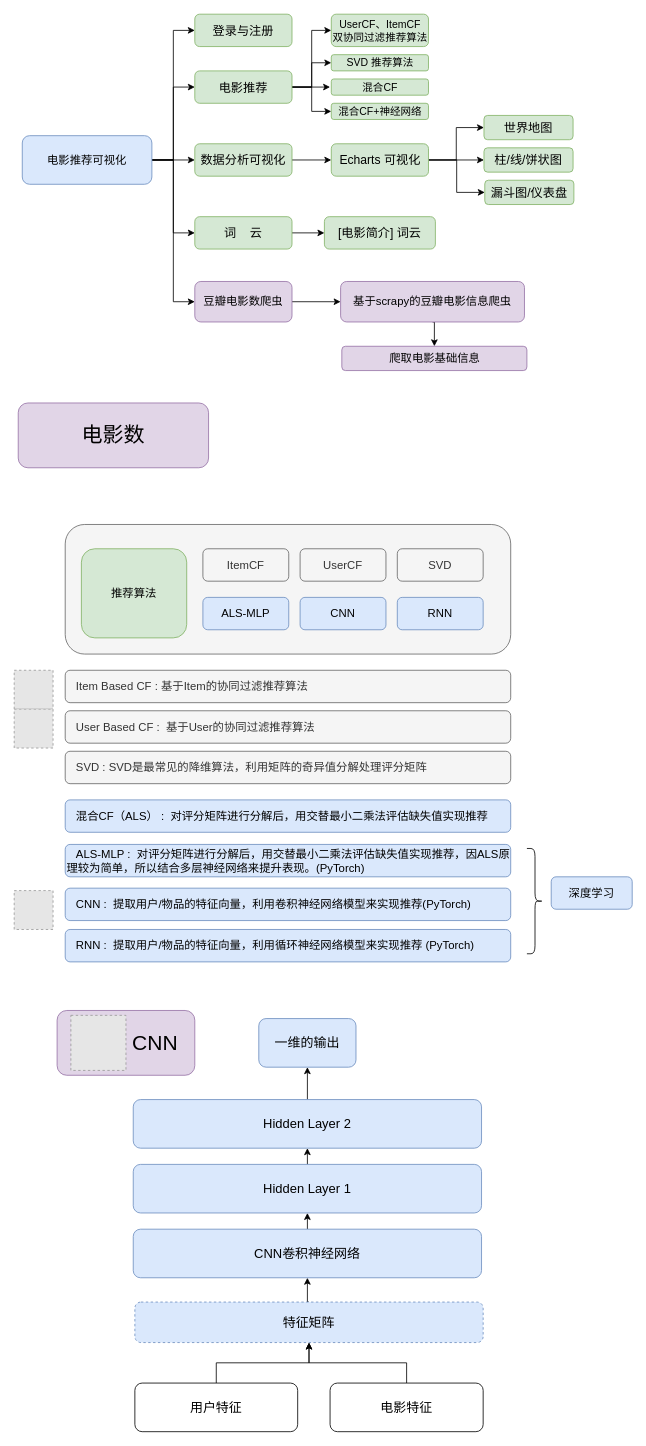
Earlier version of the draw.io diagram FLASK/24-Neo4j 知识图谱电影推荐可视化.drawio (redcomet88/DRAW). Source tidied: cells renumbered, new cells numbered last; positions are measured from the earlier drawing's top-left corner, leaving out a move shared by most shapes. Both pictures are drawn from the tidied source at 81%, with x=0, y=0 at pixel (14, 14). Pictures stored in the file or linked from it are replaced by grey dashed boxes.
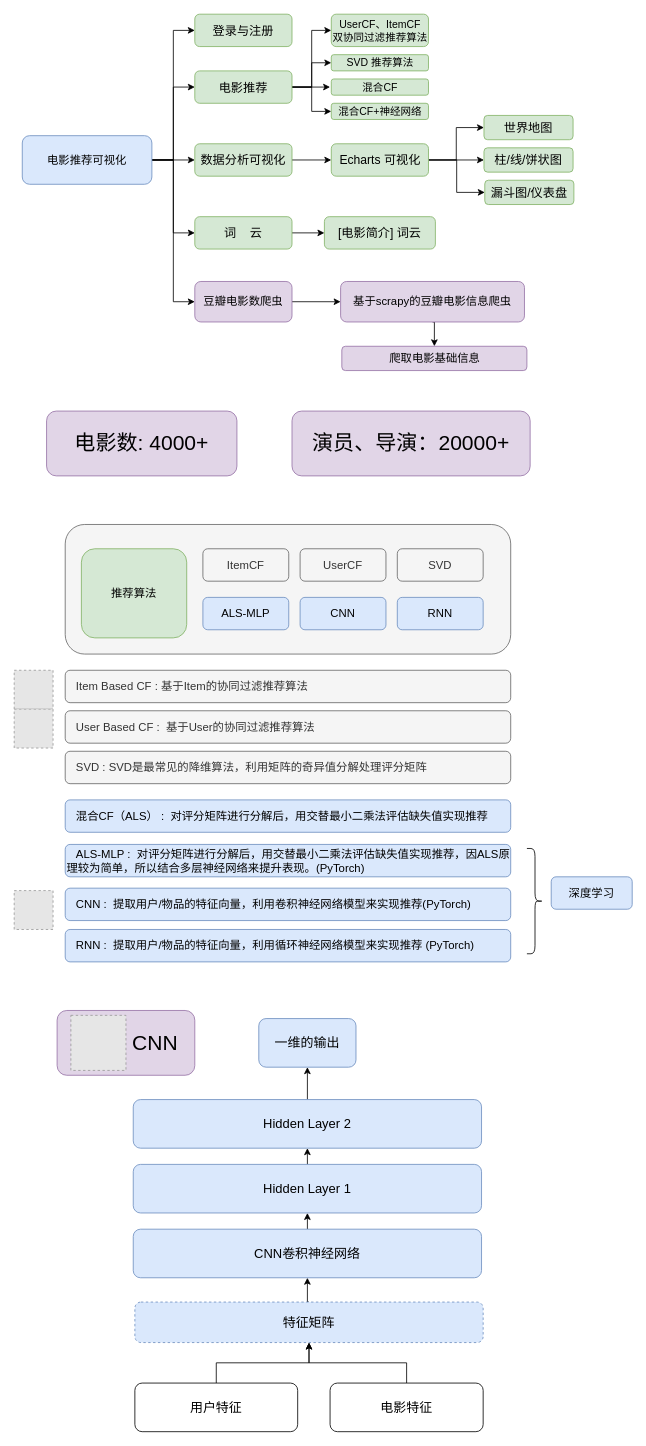
After the change.

Commit message:
更新24-Neo4j 知识图谱电影推荐可视化.drawio

What changed in the source:
```diff
@@
-    <mxCell id="70" value="&lt;span style=&quot;font-size: 26px;&quot;&gt;电影数&lt;/span&gt;" style="rounded=1;whiteSpace=wrap;html=1;fontSize=16;fillColor=#e1d5e7;strokeColor=#9673a6;" parent="1" vertex="1">
-      <mxGeometry x="5" y="480" width="235" height="80" as="geometry" />
+    <mxCell id="70" value="&lt;span style=&quot;font-size: 26px;&quot;&gt;电影数: 4000+&lt;/span&gt;" style="rounded=1;whiteSpace=wrap;html=1;fontSize=16;fillColor=#e1d5e7;strokeColor=#9673a6;" parent="1" vertex="1">
+      <mxGeometry x="40" y="490" width="235" height="80" as="geometry" />
     </mxCell>
+    <mxCell id="71" value="&lt;span style=&quot;font-size: 26px;&quot;&gt;演员、导演：20000+&lt;/span&gt;" style="rounded=1;whiteSpace=wrap;html=1;fontSize=16;fillColor=#e1d5e7;strokeColor=#9673a6;" parent="1" vertex="1">
+      <mxGeometry x="343" y="490" width="294" height="80" as="geometry" />
+    </mxCell>
```
